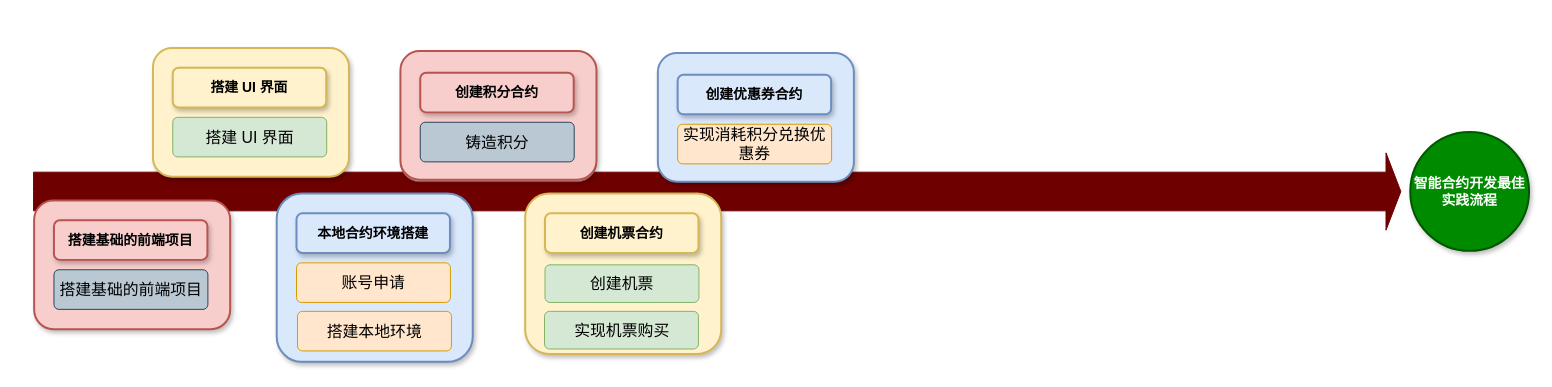
Earlier version of the draw.io diagram Untitled Diagram.drawio (luuuuo/luuuuo_content). Source tidied: cells renumbered, new cells numbered last; positions are measured from the earlier drawing's top-left corner, leaving out a move shared by most shapes. Both pictures are drawn from the tidied source at 99%, with x=0, y=0 at pixel (34, -493).
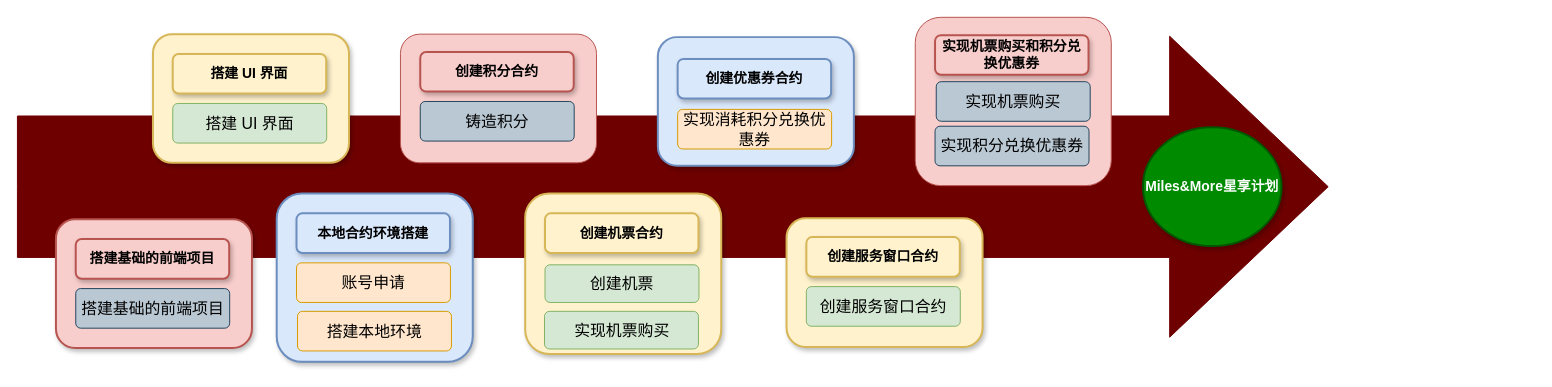
After the change.

The change refers to these unchanged cells:
```xml
<mxCell id="4" style="group;" parent="1" vertex="1">
  <mxGeometry x="120" y="546" width="198" height="130" as="geometry" />
</mxCell>
```

The edit, as a diff of the source:
```diff
@@
-    <mxCell id="2" style="html=1;shadow=0;dashed=0;align=center;verticalAlign=middle;shape=mxgraph.arrows2.arrow;dy=0.5;dx=15;direction=north;notch=0;rounded=0;strokeWidth=1;fontSize=14;rotation=90;fillColor=#6f0000;strokeColor=#6F0000;fontStyle=1;fontColor=#ffffff;" parent="1" vertex="1">
-      <mxGeometry x="650.9" y="0.4" width="78.1" height="1381.1" as="geometry" />
+    <mxCell id="2" style="html=1;shadow=0;dashed=0;align=center;verticalAlign=middle;shape=mxgraph.arrows2.arrow;dy=0.53;dx=160.12;direction=north;notch=0;rounded=0;strokeWidth=1;fontSize=14;rotation=90;fillColor=#6f0000;strokeColor=#6F0000;fontStyle=1;fontColor=#ffffff;" parent="1" vertex="1">
+      <mxGeometry x="493.1" y="24.1" width="304" height="1324" as="geometry" />
     </mxCell>
-    <mxCell id="3" value="智能合约开发最佳实践流程" style="ellipse;whiteSpace=wrap;html=1;rounded=1;shadow=1;strokeWidth=2;fontSize=14;align=center;fontStyle=1;fillColor=#008a00;fontColor=#ffffff;strokeColor=#005700;" parent="1" vertex="1">
-      <mxGeometry x="1390" y="630.9" width="120" height="120" as="geometry" />
+    <mxCell id="3" value="Miles&amp;amp;More星享计划" style="ellipse;whiteSpace=wrap;html=1;rounded=1;shadow=1;strokeWidth=2;fontSize=14;align=center;fontStyle=1;fillColor=#008a00;fontColor=#ffffff;strokeColor=#005700;" parent="1" vertex="1">
+      <mxGeometry x="1120" y="626.1" width="140" height="120" as="geometry" />
     </mxCell>
@@
     <mxCell id="5" style="rounded=1;whiteSpace=wrap;html=1;shadow=1;strokeWidth=2;fontSize=14;fillColor=#fff2cc;strokeColor=#d6b656;align=center;fontStyle=1;" parent="4" vertex="1">
-      <mxGeometry width="198" height="130" as="geometry" />
+      <mxGeometry y="-14" width="198" height="130" as="geometry" />
     </mxCell>
     <mxCell id="6" value="搭建 UI 界面" style="rounded=1;whiteSpace=wrap;html=1;shadow=1;strokeWidth=2;fontSize=14;fillColor=#fff2cc;strokeColor=#d6b656;align=center;fontStyle=1;" parent="4" vertex="1">
-      <mxGeometry x="20" y="20" width="155" height="40" as="geometry" />
+      <mxGeometry x="20" y="6" width="155" height="40" as="geometry" />
     </mxCell>
     <mxCell id="7" value="搭建 UI 界面" style="html=1;shadow=0;dashed=0;shape=mxgraph.bootstrap.rrect;rSize=5;strokeColor=#82b366;strokeWidth=1;fillColor=#d5e8d4;whiteSpace=wrap;align=center;verticalAlign=middle;spacingLeft=0;fontStyle=0;fontSize=16;spacing=5;" parent="4" vertex="1">
-      <mxGeometry x="20" y="70" width="155.5" height="40" as="geometry" />
+      <mxGeometry x="20" y="56" width="155.5" height="40" as="geometry" />
     </mxCell>
     <mxCell id="8" style="group;" parent="1" vertex="1">
-      <mxGeometry y="700" width="198" height="130" as="geometry" />
+      <mxGeometry x="22" y="700" width="198" height="130" as="geometry" />
     </mxCell>
     <mxCell id="9" style="rounded=1;whiteSpace=wrap;html=1;shadow=1;strokeWidth=2;fontSize=14;fillColor=#f8cecc;strokeColor=#b85450;align=center;fontStyle=1;" parent="8" vertex="1">
-      <mxGeometry width="198" height="130" as="geometry" />
+      <mxGeometry y="19" width="198" height="130" as="geometry" />
     </mxCell>
     <mxCell id="10" value="搭建基础的前端项目" style="rounded=1;whiteSpace=wrap;html=1;shadow=1;strokeWidth=2;fontSize=14;fillColor=#f8cecc;strokeColor=#b85450;align=center;fontStyle=1;" parent="8" vertex="1">
-      <mxGeometry x="20" y="20" width="155" height="40" as="geometry" />
+      <mxGeometry x="20" y="39" width="155" height="40" as="geometry" />
     </mxCell>
     <mxCell id="11" value="搭建基础的前端项目" style="html=1;shadow=0;dashed=0;shape=mxgraph.bootstrap.rrect;rSize=5;strokeColor=#23445d;strokeWidth=1;fillColor=#bac8d3;whiteSpace=wrap;align=center;verticalAlign=middle;spacingLeft=0;fontStyle=0;fontSize=16;spacing=5;" parent="8" vertex="1">
-      <mxGeometry x="20" y="70" width="155.5" height="40" as="geometry" />
+      <mxGeometry x="20" y="89" width="155.5" height="40" as="geometry" />
     </mxCell>
@@
     <mxCell id="17" style="group;fillColor=#f8cecc;strokeColor=#b85450;rounded=1;" parent="1" vertex="1">
-      <mxGeometry x="370" y="551" width="198" height="130" as="geometry" />
+      <mxGeometry x="370" y="532" width="198" height="130" as="geometry" />
     </mxCell>
-    <mxCell id="18" style="rounded=1;whiteSpace=wrap;html=1;shadow=1;strokeWidth=2;fontSize=14;fillColor=#f8cecc;strokeColor=#b85450;align=center;fontStyle=1;" parent="17" vertex="1">
-      <mxGeometry y="-2" width="198" height="130" as="geometry" />
-    </mxCell>
-    <mxCell id="19" value="创建积分合约" style="rounded=1;whiteSpace=wrap;html=1;shadow=1;strokeWidth=2;fontSize=14;fillColor=#f8cecc;strokeColor=#b85450;align=center;fontStyle=1;" parent="17" vertex="1">
-      <mxGeometry x="20" y="20" width="155" height="40" as="geometry" />
-    </mxCell>
-    <mxCell id="20" value="铸造积分" style="html=1;shadow=0;dashed=0;shape=mxgraph.bootstrap.rrect;rSize=5;strokeColor=#23445d;strokeWidth=1;fillColor=#bac8d3;whiteSpace=wrap;align=center;verticalAlign=middle;spacingLeft=0;fontStyle=0;fontSize=16;spacing=5;" parent="17" vertex="1">
-      <mxGeometry x="20" y="70" width="155.5" height="40" as="geometry" />
-    </mxCell>
@@
     <mxCell id="25" style="rounded=1;whiteSpace=wrap;html=1;shadow=1;strokeWidth=2;fontSize=14;fillColor=#dae8fc;strokeColor=#6c8ebf;align=center;fontStyle=1;" parent="1" vertex="1">
-      <mxGeometry x="630" y="551" width="198" height="130" as="geometry" />
+      <mxGeometry x="630" y="535" width="198" height="130" as="geometry" />
     </mxCell>
     <mxCell id="26" value="创建优惠券合约" style="rounded=1;whiteSpace=wrap;html=1;shadow=1;strokeWidth=2;fontSize=14;fillColor=#dae8fc;strokeColor=#6c8ebf;align=center;fontStyle=1;" parent="1" vertex="1">
-      <mxGeometry x="650" y="573" width="155" height="40" as="geometry" />
+      <mxGeometry x="650" y="557" width="155" height="40" as="geometry" />
     </mxCell>
     <mxCell id="27" value="实现消耗积分兑换优惠券" style="html=1;shadow=0;dashed=0;shape=mxgraph.bootstrap.rrect;rSize=5;strokeColor=#d79b00;strokeWidth=1;fillColor=#ffe6cc;whiteSpace=wrap;align=center;verticalAlign=middle;spacingLeft=0;fontStyle=0;fontSize=16;spacing=5;" parent="1" vertex="1">
-      <mxGeometry x="650" y="623" width="155.5" height="40" as="geometry" />
+      <mxGeometry x="650" y="608" width="155.5" height="40" as="geometry" />
     </mxCell>
+    <mxCell id="28" style="group;" parent="1" vertex="1">
+      <mxGeometry x="760" y="695" width="198" height="130" as="geometry" />
+    </mxCell>
+    <mxCell id="29" style="rounded=1;whiteSpace=wrap;html=1;shadow=1;strokeWidth=2;fontSize=14;fillColor=#fff2cc;strokeColor=#d6b656;align=center;fontStyle=1;" parent="28" vertex="1">
+      <mxGeometry y="23" width="198" height="130" as="geometry" />
+    </mxCell>
+    <mxCell id="30" value="创建服务窗口合约" style="rounded=1;whiteSpace=wrap;html=1;shadow=1;strokeWidth=2;fontSize=14;fillColor=#fff2cc;strokeColor=#d6b656;align=center;fontStyle=1;" parent="28" vertex="1">
+      <mxGeometry x="20" y="42" width="155" height="40" as="geometry" />
+    </mxCell>
+    <mxCell id="31" value="创建服务窗口合约" style="html=1;shadow=0;dashed=0;shape=mxgraph.bootstrap.rrect;rSize=5;strokeColor=#82b366;strokeWidth=1;fillColor=#d5e8d4;whiteSpace=wrap;align=center;verticalAlign=middle;spacingLeft=0;fontStyle=0;fontSize=16;spacing=5;" parent="28" vertex="1">
+      <mxGeometry x="20" y="92" width="155.5" height="40" as="geometry" />
+    </mxCell>
+    <mxCell id="32" style="group;fillColor=#f8cecc;strokeColor=#b85450;rounded=1;" parent="1" vertex="1">
+      <mxGeometry x="890" y="515" width="198" height="170" as="geometry" />
+    </mxCell>
+    <mxCell id="33" value="实现机票购买和积分兑换优惠券" style="rounded=1;whiteSpace=wrap;html=1;shadow=1;strokeWidth=2;fontSize=14;fillColor=#f8cecc;strokeColor=#b85450;align=center;fontStyle=1;" parent="1" vertex="1">
+      <mxGeometry x="910" y="533" width="155" height="40" as="geometry" />
+    </mxCell>
+    <mxCell id="34" value="实现积分兑换优惠券" style="html=1;shadow=0;dashed=0;shape=mxgraph.bootstrap.rrect;rSize=5;strokeColor=#23445d;strokeWidth=1;fillColor=#bac8d3;whiteSpace=wrap;align=center;verticalAlign=middle;spacingLeft=0;fontStyle=0;fontSize=16;spacing=5;" parent="1" vertex="1">
+      <mxGeometry x="910" y="625" width="155.5" height="40" as="geometry" />
+    </mxCell>
+    <mxCell id="35" value="实现机票购买" style="html=1;shadow=0;dashed=0;shape=mxgraph.bootstrap.rrect;rSize=5;strokeColor=#23445d;strokeWidth=1;fillColor=#bac8d3;whiteSpace=wrap;align=center;verticalAlign=middle;spacingLeft=0;fontStyle=0;fontSize=16;spacing=5;" parent="1" vertex="1">
+      <mxGeometry x="911.2" y="580" width="155.5" height="40" as="geometry" />
+    </mxCell>
+    <mxCell id="19" value="创建积分合约" style="rounded=1;whiteSpace=wrap;html=1;shadow=1;strokeWidth=2;fontSize=14;fillColor=#f8cecc;strokeColor=#b85450;align=center;fontStyle=1;" parent="1" vertex="1">
+      <mxGeometry x="390" y="550" width="155" height="40" as="geometry" />
+    </mxCell>
+    <mxCell id="20" value="铸造积分" style="html=1;shadow=0;dashed=0;shape=mxgraph.bootstrap.rrect;rSize=5;strokeColor=#23445d;strokeWidth=1;fillColor=#bac8d3;whiteSpace=wrap;align=center;verticalAlign=middle;spacingLeft=0;fontStyle=0;fontSize=16;spacing=5;" parent="1" vertex="1">
+      <mxGeometry x="390" y="600" width="155.5" height="40" as="geometry" />
+    </mxCell>
```
